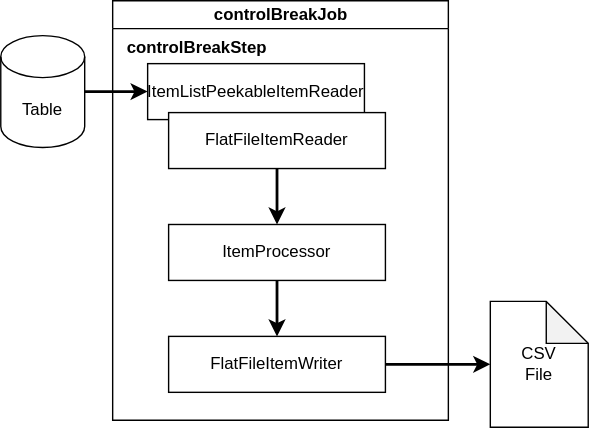
Earlier version of the draw.io export images/controlBreakJob.svg (desprez/springbatch-patterns). Source tidied: cells renumbered, new cells last; positions are measured from the earlier drawing's top-left corner, leaving out a move shared by most shapes.
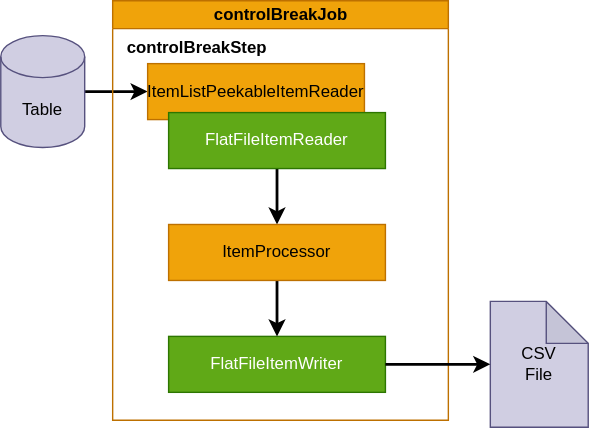
Above is the later version.

Diff of the diagram source:
```diff
@@ -5,34 +5,34 @@
     <mxCell id="2" style="edgeStyle=orthogonalEdgeStyle;rounded=0;jettySize=auto;html=1;entryX=0;entryY=0.5;entryDx=0;entryDy=0;startArrow=none;startFill=0;endArrow=classic;endFill=1;strokeWidth=2;" parent="1" edge="1" source="3" target="7">
       <mxGeometry relative="1" as="geometry" />
     </mxCell>
-    <mxCell id="3" value="Table" style="shape=cylinder3;whiteSpace=wrap;html=1;boundedLbl=1;backgroundOutline=1;size=15;" parent="1" vertex="1">
+    <mxCell id="3" value="Table" style="shape=cylinder3;whiteSpace=wrap;html=1;boundedLbl=1;backgroundOutline=1;size=15;fillColor=#d0cee2;strokeColor=#56517e;" parent="1" vertex="1">
       <mxGeometry y="25" width="60" height="80" as="geometry" />
     </mxCell>
-    <mxCell id="4" value="&lt;div&gt;CSV&lt;/div&gt;&lt;div&gt;File&lt;/div&gt;" style="shape=note;whiteSpace=wrap;html=1;backgroundOutline=1;darkOpacity=0.05;" parent="1" vertex="1">
+    <mxCell id="4" value="&lt;div&gt;CSV&lt;/div&gt;&lt;div&gt;File&lt;/div&gt;" style="shape=note;whiteSpace=wrap;html=1;backgroundOutline=1;darkOpacity=0.05;fillColor=#d0cee2;strokeColor=#56517e;" parent="1" vertex="1">
       <mxGeometry x="350" y="215" width="70" height="90" as="geometry" />
     </mxCell>
-    <mxCell id="5" value="controlBreakJob" style="swimlane;html=1;startSize=20;horizontal=1;containerType=tree;labelPosition=center;verticalLabelPosition=middle;align=center;verticalAlign=middle;" parent="1" vertex="1">
+    <mxCell id="5" value="controlBreakJob" style="swimlane;html=1;startSize=20;horizontal=1;containerType=tree;labelPosition=center;verticalLabelPosition=middle;align=center;verticalAlign=middle;fillColor=#f0a30a;fontColor=#000000;strokeColor=#BD7000;" parent="1" vertex="1">
       <mxGeometry x="80" width="240" height="300" as="geometry" />
     </mxCell>
     <mxCell id="6" style="edgeStyle=elbowEdgeStyle;elbow=vertical;startArrow=none;endArrow=classic;rounded=0;strokeWidth=2;endFill=1;exitX=0.5;exitY=1;exitDx=0;exitDy=0;" parent="5" edge="1" source="12" target="10">
       <mxGeometry relative="1" as="geometry" />
     </mxCell>
-    <mxCell id="7" value="ItemListPeekableItemReader" style="whiteSpace=wrap;html=1;newEdgeStyle={&quot;edgeStyle&quot;:&quot;elbowEdgeStyle&quot;,&quot;startArrow&quot;:&quot;none&quot;,&quot;endArrow&quot;:&quot;none&quot;};" parent="5" vertex="1">
+    <mxCell id="7" value="ItemListPeekableItemReader" style="whiteSpace=wrap;html=1;newEdgeStyle={&quot;edgeStyle&quot;:&quot;elbowEdgeStyle&quot;,&quot;startArrow&quot;:&quot;none&quot;,&quot;endArrow&quot;:&quot;none&quot;};fillColor=#f0a30a;fontColor=#000000;strokeColor=#BD7000;" parent="5" vertex="1">
       <mxGeometry x="25" y="45" width="155" height="40" as="geometry" />
     </mxCell>
-    <mxCell id="8" value="FlatFileItemWriter" style="whiteSpace=wrap;html=1;newEdgeStyle={&quot;edgeStyle&quot;:&quot;elbowEdgeStyle&quot;,&quot;startArrow&quot;:&quot;none&quot;,&quot;endArrow&quot;:&quot;none&quot;};" parent="5" vertex="1">
+    <mxCell id="8" value="FlatFileItemWriter" style="whiteSpace=wrap;html=1;newEdgeStyle={&quot;edgeStyle&quot;:&quot;elbowEdgeStyle&quot;,&quot;startArrow&quot;:&quot;none&quot;,&quot;endArrow&quot;:&quot;none&quot;};fillColor=#60a917;fontColor=#ffffff;strokeColor=#2D7600;" parent="5" vertex="1">
       <mxGeometry x="40" y="240" width="155" height="40" as="geometry" />
     </mxCell>
     <mxCell id="9" style="edgeStyle=elbowEdgeStyle;elbow=vertical;startArrow=none;endArrow=classic;rounded=0;strokeWidth=2;endFill=1;" parent="5" edge="1" source="10" target="8">
       <mxGeometry relative="1" as="geometry" />
     </mxCell>
-    <mxCell id="10" value="ItemProcessor" style="whiteSpace=wrap;html=1;newEdgeStyle={&quot;edgeStyle&quot;:&quot;elbowEdgeStyle&quot;,&quot;startArrow&quot;:&quot;none&quot;,&quot;endArrow&quot;:&quot;none&quot;};" parent="5" vertex="1">
+    <mxCell id="10" value="ItemProcessor" style="whiteSpace=wrap;html=1;newEdgeStyle={&quot;edgeStyle&quot;:&quot;elbowEdgeStyle&quot;,&quot;startArrow&quot;:&quot;none&quot;,&quot;endArrow&quot;:&quot;none&quot;};fillColor=#f0a30a;fontColor=#000000;strokeColor=#BD7000;" parent="5" vertex="1">
       <mxGeometry x="40" y="160" width="155" height="40" as="geometry" />
     </mxCell>
     <mxCell id="11" value="controlBreakStep" style="text;html=1;align=center;verticalAlign=middle;fontStyle=1;" parent="5" vertex="1">
       <mxGeometry y="24" width="120" height="20" as="geometry" />
     </mxCell>
-    <mxCell id="12" value="FlatFileItemReader" style="whiteSpace=wrap;html=1;newEdgeStyle={&quot;edgeStyle&quot;:&quot;elbowEdgeStyle&quot;,&quot;startArrow&quot;:&quot;none&quot;,&quot;endArrow&quot;:&quot;none&quot;};" parent="5" vertex="1">
+    <mxCell id="12" value="FlatFileItemReader" style="whiteSpace=wrap;html=1;newEdgeStyle={&quot;edgeStyle&quot;:&quot;elbowEdgeStyle&quot;,&quot;startArrow&quot;:&quot;none&quot;,&quot;endArrow&quot;:&quot;none&quot;};fillColor=#60a917;fontColor=#ffffff;strokeColor=#2D7600;" parent="5" vertex="1">
       <mxGeometry x="40" y="80" width="155" height="40" as="geometry" />
     </mxCell>
     <mxCell id="13" style="edgeStyle=orthogonalEdgeStyle;rounded=0;jettySize=auto;html=1;startArrow=none;startFill=0;endArrow=classic;endFill=1;strokeWidth=2;entryX=0;entryY=0.5;entryDx=0;entryDy=0;entryPerimeter=0;" parent="1" edge="1" source="8" target="4">
```
